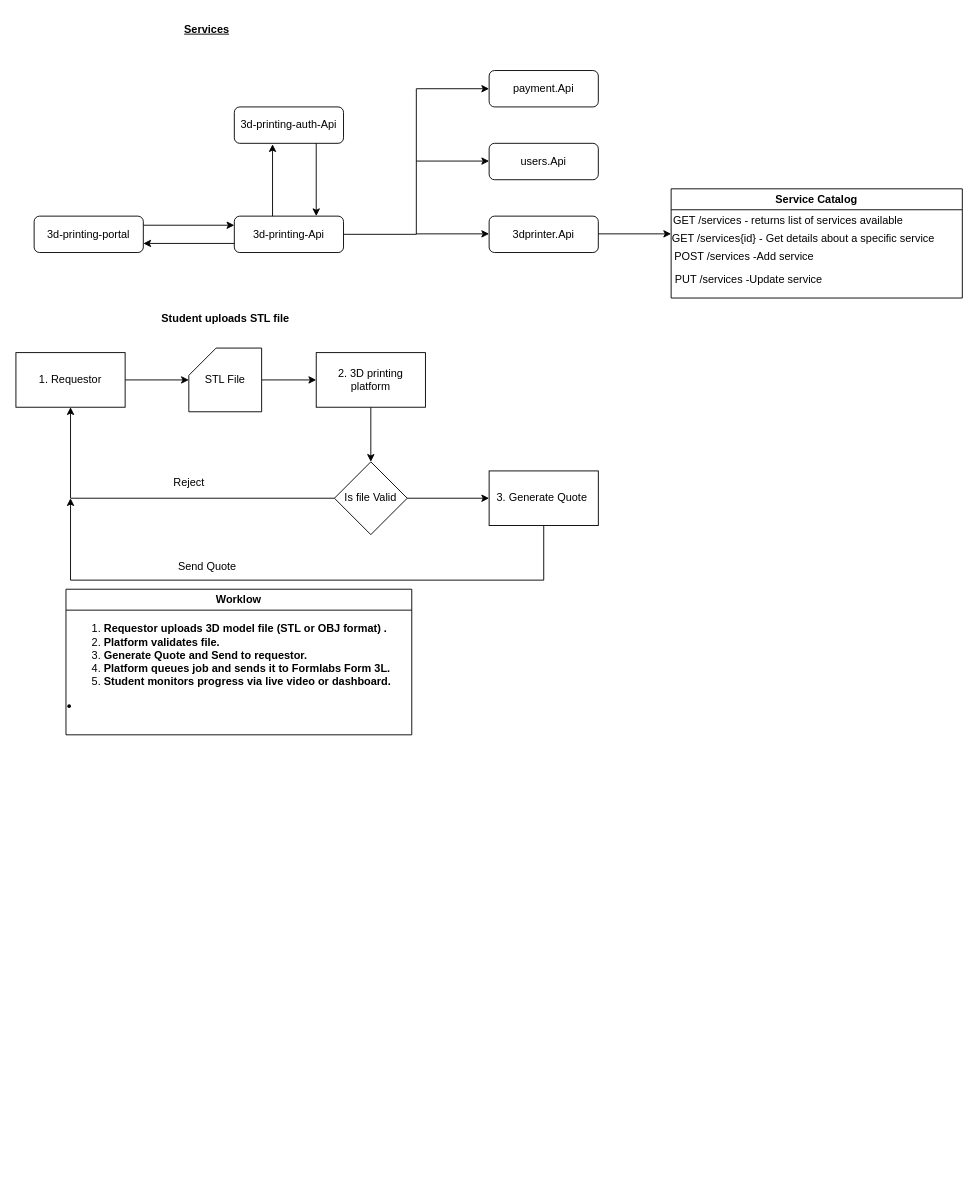
Earlier version of the draw.io diagram 3dPrintingApplicationDesign.drawio (SifisoMzansi/architecture-diagrams). Source tidied: cells renumbered, new cells numbered last; positions are measured from the earlier drawing's top-left corner, leaving out a move shared by most shapes. Both pictures are drawn from the tidied source at 91%, with x=0, y=0 at pixel (15, 15). Pictures stored in the file or linked from it are replaced by grey dashed boxes.
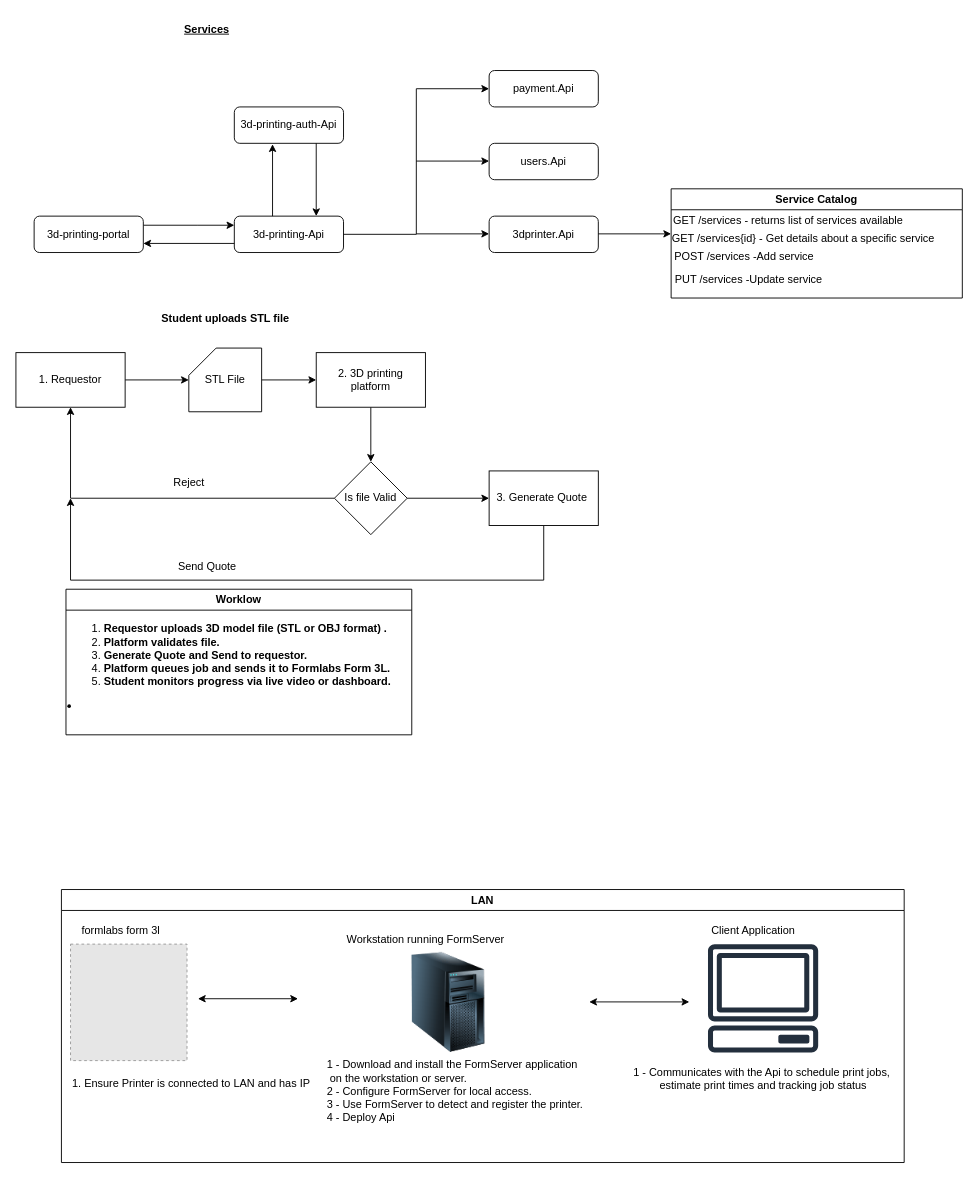
The same page after the edit.

What changed in the source:
```diff
@@
+    <mxCell id="40" value="LAN" style="swimlane;whiteSpace=wrap;html=1;" parent="1" vertex="1">
+      <mxGeometry x="50" y="960" width="926.1" height="300" as="geometry" />
+    </mxCell>
+    <mxCell id="41" value="formlabs form 3l" style="text;html=1;align=center;verticalAlign=middle;strokeColor=none;fillColor=none;" parent="40" vertex="1">
+      <mxGeometry x="10" y="30" width="110" height="30" as="geometry" />
+    </mxCell>
+    <mxCell id="42" style="fillColor=#E6E6E6;strokeColor=#999999;dashed=1;html=1;verticalAlign=top;verticalLabelPosition=bottom;labelBackgroundColor=#ffffff;" parent="40" vertex="1">
+      <mxGeometry x="10" y="60" width="128" height="128" as="geometry" />
+    </mxCell>
+    <mxCell id="43" style="image;html=1;image=img/lib/clip_art/computers/Server_Tower_128x128.png;" parent="40" vertex="1">
+      <mxGeometry x="370" y="69" width="110" height="110" as="geometry" />
+    </mxCell>
+    <mxCell id="44" style="endArrow=classic;startArrow=classic;html=1;rounded=0;" parent="40" edge="1">
+      <mxGeometry relative="1" as="geometry">
+        <mxPoint x="150" y="120" as="sourcePoint" />
+        <mxPoint x="260" y="120" as="targetPoint" />
+      </mxGeometry>
+    </mxCell>
+    <mxCell id="45" value="1 - Download and install the FormServer application&lt;div&gt;&amp;nbsp;on the workstation or server.&lt;/div&gt;&lt;div&gt;&lt;span style=&quot;text-align: center;&quot;&gt;2 - Configure FormServer for local access.&lt;/span&gt;&lt;/div&gt;&lt;div&gt;&lt;span style=&quot;text-align: center;&quot;&gt;3 - Use FormServer to detect and register the printer.&lt;/span&gt;&lt;span style=&quot;text-align: center;&quot;&gt;&lt;/span&gt;&lt;/div&gt;&lt;div&gt;&lt;span style=&quot;text-align: center;&quot;&gt;4 - Deploy Api&lt;/span&gt;&lt;span style=&quot;text-align: center;&quot;&gt;&lt;/span&gt;&lt;/div&gt;&lt;div&gt;&lt;br&gt;&lt;/div&gt;" style="text;html=1;align=left;verticalAlign=middle;strokeColor=none;fillColor=none;" parent="40" vertex="1">
+      <mxGeometry x="290" y="179" width="300" height="100" as="geometry" />
+    </mxCell>
+    <mxCell id="46" value="1. Ensure Printer is connected to LAN and has IP&lt;span style=&quot;white-space: pre;&quot;&gt;&#9;&lt;/span&gt;" style="text;html=1;align=center;verticalAlign=middle;strokeColor=none;fillColor=none;" parent="40" vertex="1">
+      <mxGeometry y="198" width="290" height="30" as="geometry" />
+    </mxCell>
+    <mxCell id="47" value="Workstation running FormServer" style="text;html=1;align=center;verticalAlign=middle;strokeColor=none;fillColor=none;" parent="40" vertex="1">
+      <mxGeometry x="300" y="40" width="200" height="30" as="geometry" />
+    </mxCell>
+    <mxCell id="48" style="sketch=0;fontColor=#232F3E;gradientColor=none;fillColor=#232F3D;strokeColor=none;dashed=0;verticalLabelPosition=bottom;verticalAlign=top;align=center;html=1;fontSize=12;fontStyle=0;shape=mxgraph.aws4.client;" parent="40" vertex="1">
+      <mxGeometry x="710" y="60" width="122.1" height="119" as="geometry" />
+    </mxCell>
+    <mxCell id="49" value="Client Application" style="text;html=1;align=center;verticalAlign=middle;strokeColor=none;fillColor=none;" parent="40" vertex="1">
+      <mxGeometry x="700" y="30" width="120" height="30" as="geometry" />
+    </mxCell>
+    <mxCell id="50" style="endArrow=classic;startArrow=classic;html=1;rounded=0;" parent="40" edge="1">
+      <mxGeometry relative="1" as="geometry">
+        <mxPoint x="580" y="123.5" as="sourcePoint" />
+        <mxPoint x="690" y="123.5" as="targetPoint" />
+      </mxGeometry>
+    </mxCell>
+    <mxCell id="51" value="1 - Communicates with the Api to schedule print jobs,&amp;nbsp;&lt;div&gt;estimate print times and tracking job status&lt;/div&gt;" style="text;html=1;align=center;verticalAlign=middle;strokeColor=none;fillColor=none;" parent="40" vertex="1">
+      <mxGeometry x="616.1" y="188" width="310" height="40" as="geometry" />
+    </mxCell>
```
